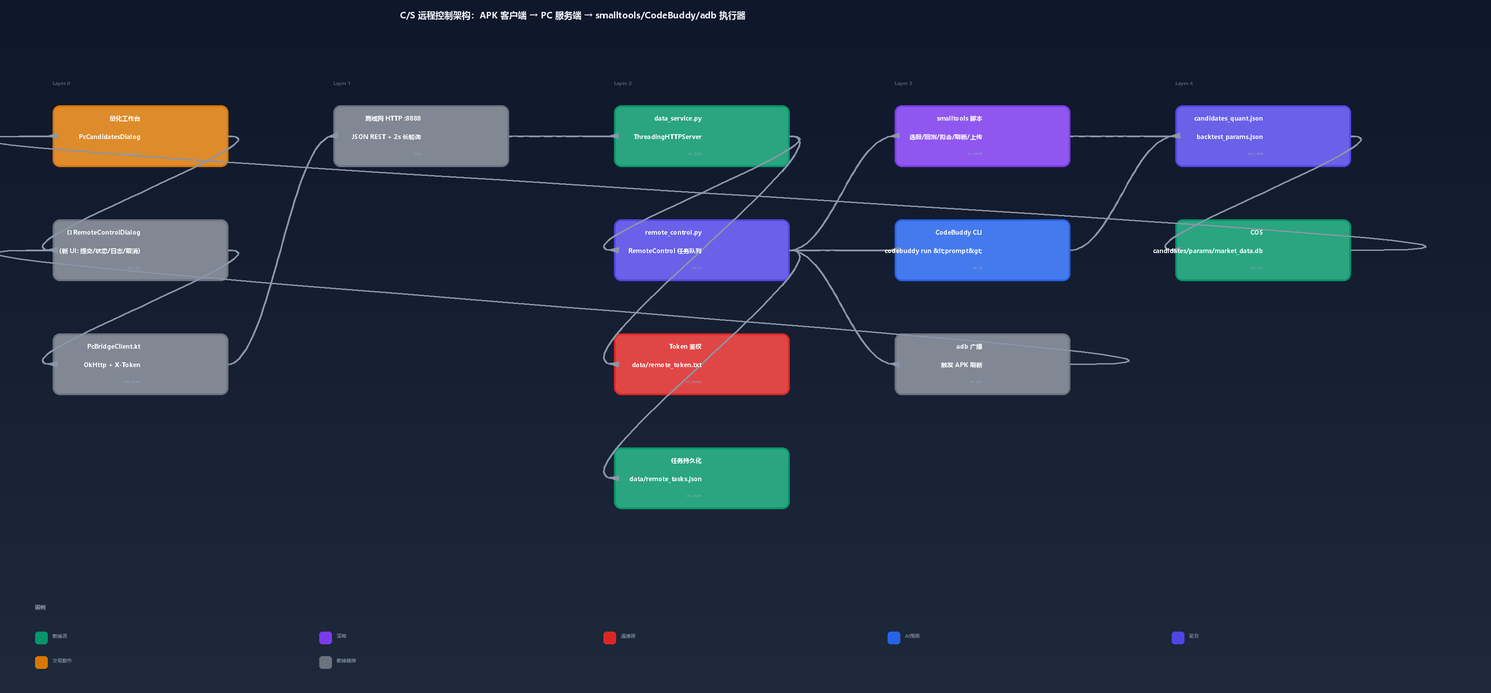
Before: smalltools/output/cs_architecture.png, a diagram exported from Mermaid (skychin4216/StockAnalysis). Its source is kept beside it as smalltools/output/cs_architecture.mmd.
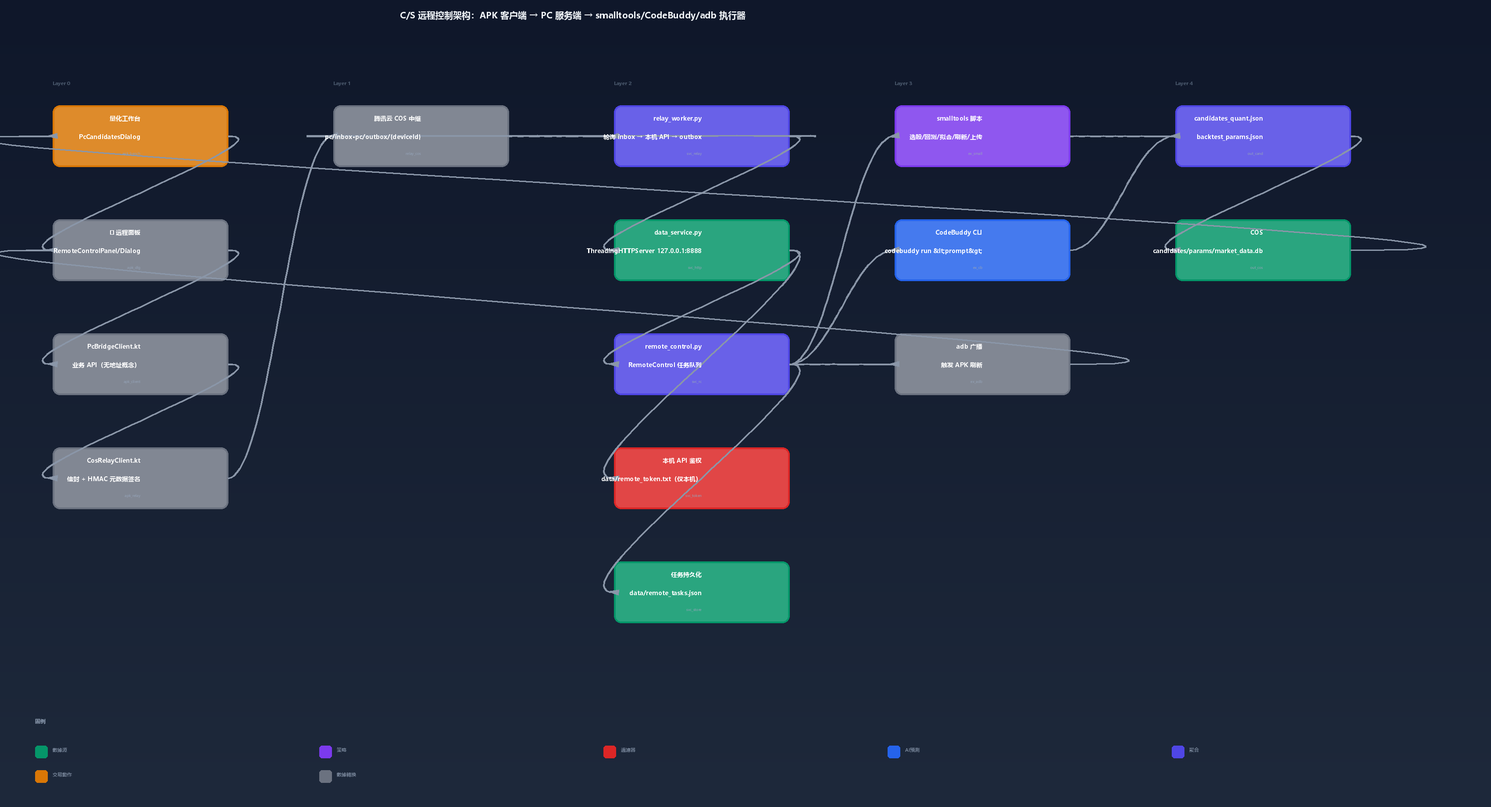
The same diagram one commit later.

The edit, as a diff of the source:
```diff
@@ -1,16 +1,22 @@
 flowchart TB
     subgraph APK["APK (Android · 客户端)"]
-        A1["量化工作台\nPcCandidatesDialog"] --> A2["🎛 RemoteControlDialog\n(新 UI)"]
-        A2 --> A3["PcBridgeClient.kt\n(OkHttp 网络层)"]
+        A1["量化工作台\nPcCandidatesDialog"] --> A2["📡 远程面板\nRemoteControlPanel/Dialog"]
+        A2 --> A3["PcBridgeClient.kt\n业务 API（无地址概念）"]
+        A3 --> A6["CosRelayClient.kt\n信封 + HMAC 元数据签名"]
         A4["任务卡片列表\n状态/日志/取消"] --> A2
         A5["2s 轮询增量日志"] --> A4
     end
 
+    subgraph RELAY["联网中继 (2026-09-13 取代局域网/IP)"]
+        R1["腾讯云 COS\npc/inbox · pc/outbox/{deviceId}"]
+    end
+
     subgraph PC["PC (AutoQuant-GUI.exe · 服务端)"]
-        B1["data_service.py\nThreadingHTTPServer :8888"] --> B2["remote_control.py\nRemoteControl"]
+        B0["relay_worker.py\n轮询 inbox → 本机 API → outbox"] --> B1["data_service.py\nThreadingHTTPServer 127.0.0.1:8888"]
+        B1 --> B2["remote_control.py\nRemoteControl"]
         B2 --> B3["任务队列\nThreadPoolExecutor(2)"]
         B3 --> B4["任务持久化\ndata/remote_tasks.json"]
-        B2 --> B5["Token 鉴权\ndata/remote_token.txt"]
+        B1 --> B5["本机 API 鉴权\ndata/remote_token.txt（仅本机）"]
     end
 
     subgraph EXEC["执行器 (PC 侧)"]
@@ -19,14 +25,14 @@
         C4["adb 广播\n触发 APK 刷新"]
     end
 
-    subgraph CLOUD["云端 (可选)"]
+    subgraph CLOUD["云端"]
         D1["COS: candidates / params\n/ market_data.db / phone_*.zip"]
     end
 
-    A3 -- "POST /task/submit" --> B1
-    A3 -- "GET /task/get|list|logs" --> B1
-    A3 -- "POST /task/cancel" --> B1
-    B1 -- "X-Token 校验" --> B5
+    A6 -- "PUT 命令 / 轮询应答" --> R1
+    R1 -- "轮询 pc/inbox" --> B0
+    B0 -- "应答写 pc/outbox" --> R1
+    B1 -- "本机 token 校验" --> B5
     B3 -- "subprocess" --> C1
     B3 -- "subprocess" --> C3
     B3 -- "subprocess" --> C4
```
